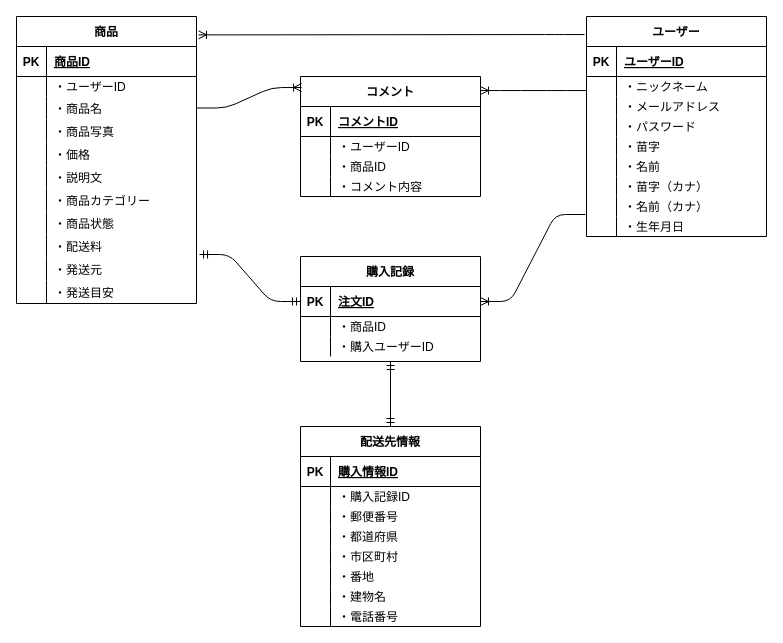
kotomiyashita/furima-39774 keeps this draw.io diagram as app/.dio. Above is the earlier version. Source tidied: cells renumbered, new cells numbered last; positions are measured from the earlier drawing's top-left corner, leaving out a move shared by most shapes. Both pictures are drawn from the tidied source at 100%, with x=0, y=0 at pixel (16, 16).
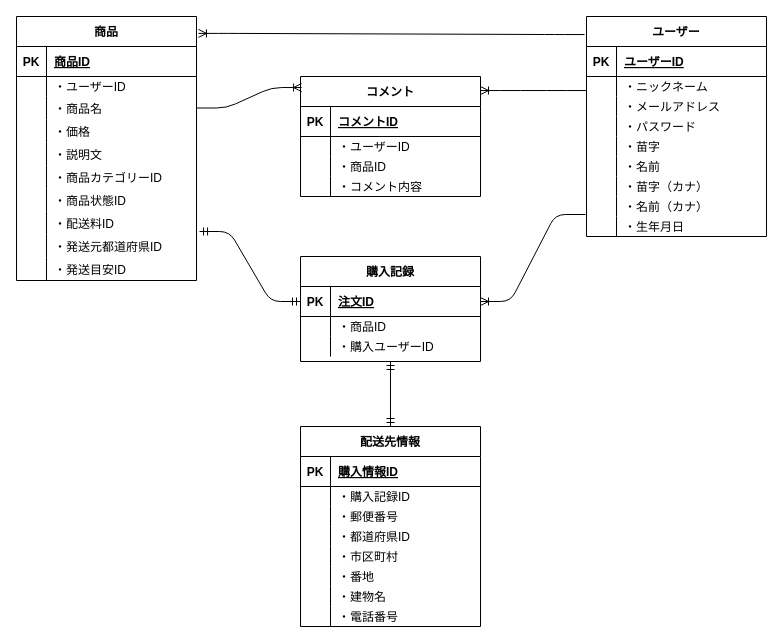
Above is the later version.

Commit message (it also covers changes not shown here):
指摘箇所の修正

The change refers to these unchanged cells:
```xml
<mxCell id="87" style="shape=tableRow;horizontal=0;startSize=0;swimlaneHead=0;swimlaneBody=0;fillColor=none;top=0;left=0;right=0;bottom=0;" parent="77" vertex="1">
  <mxGeometry y="100" width="180" height="20" as="geometry" />
</mxCell>
```

Change to the diagram source:
```diff
@@
     <mxCell id="2" value="商品" style="shape=table;startSize=30;childLayout=tableLayout;rowLines=0;fontStyle=1;align=center;" parent="1" vertex="1">
-      <mxGeometry width="180" height="287" as="geometry" />
+      <mxGeometry width="180" height="264" as="geometry" />
     </mxCell>
@@
-    <mxCell id="12" style="shape=tableRow;horizontal=0;startSize=0;swimlaneHead=0;swimlaneBody=0;fillColor=none;top=0;left=0;right=0;bottom=0;" parent="2" vertex="1">
-      <mxGeometry y="103" width="180" height="23" as="geometry" />
-    </mxCell>
-    <mxCell id="13" style="shape=partialRectangle;fillColor=none;top=0;left=0;bottom=0;right=0;overflow=hidden;" parent="12" vertex="1">
-      <mxGeometry width="30" height="23" as="geometry" />
-    </mxCell>
-    <mxCell id="14" value="・商品写真" style="shape=partialRectangle;fillColor=none;top=0;left=0;bottom=0;right=0;align=left;spacingLeft=6;overflow=hidden;" parent="12" vertex="1">
-      <mxGeometry x="30" width="150" height="23" as="geometry" />
-    </mxCell>
     <mxCell id="15" style="shape=tableRow;horizontal=0;startSize=0;swimlaneHead=0;swimlaneBody=0;fillColor=none;top=0;left=0;right=0;bottom=0;" parent="2" vertex="1">
-      <mxGeometry y="126" width="180" height="23" as="geometry" />
+      <mxGeometry y="103" width="180" height="23" as="geometry" />
     </mxCell>
@@
     <mxCell id="18" style="shape=tableRow;horizontal=0;startSize=0;swimlaneHead=0;swimlaneBody=0;fillColor=none;top=0;left=0;right=0;bottom=0;" parent="2" vertex="1">
-      <mxGeometry y="149" width="180" height="23" as="geometry" />
+      <mxGeometry y="126" width="180" height="23" as="geometry" />
     </mxCell>
@@
     <mxCell id="21" style="shape=tableRow;horizontal=0;startSize=0;swimlaneHead=0;swimlaneBody=0;fillColor=none;top=0;left=0;right=0;bottom=0;" parent="2" vertex="1">
-      <mxGeometry y="172" width="180" height="23" as="geometry" />
+      <mxGeometry y="149" width="180" height="23" as="geometry" />
     </mxCell>
@@
-    <mxCell id="23" value="・商品カテゴリー" style="shape=partialRectangle;fillColor=none;top=0;left=0;bottom=0;right=0;align=left;spacingLeft=6;overflow=hidden;" parent="21" vertex="1">
+    <mxCell id="23" value="・商品カテゴリーID" style="shape=partialRectangle;fillColor=none;top=0;left=0;bottom=0;right=0;align=left;spacingLeft=6;overflow=hidden;" parent="21" vertex="1">
       <mxGeometry x="30" width="150" height="23" as="geometry" />
     </mxCell>
     <mxCell id="24" style="shape=tableRow;horizontal=0;startSize=0;swimlaneHead=0;swimlaneBody=0;fillColor=none;top=0;left=0;right=0;bottom=0;" parent="2" vertex="1">
-      <mxGeometry y="195" width="180" height="23" as="geometry" />
+      <mxGeometry y="172" width="180" height="23" as="geometry" />
     </mxCell>
@@
-    <mxCell id="26" value="・商品状態" style="shape=partialRectangle;fillColor=none;top=0;left=0;bottom=0;right=0;align=left;spacingLeft=6;overflow=hidden;" parent="24" vertex="1">
+    <mxCell id="26" value="・商品状態ID" style="shape=partialRectangle;fillColor=none;top=0;left=0;bottom=0;right=0;align=left;spacingLeft=6;overflow=hidden;" parent="24" vertex="1">
       <mxGeometry x="30" width="150" height="23" as="geometry" />
     </mxCell>
     <mxCell id="27" style="shape=tableRow;horizontal=0;startSize=0;swimlaneHead=0;swimlaneBody=0;fillColor=none;points=[[0,0.5],[1,0.5]];portConstraint=eastwest;top=0;left=0;right=0;bottom=0;" parent="2" vertex="1">
-      <mxGeometry y="218" width="180" height="23" as="geometry" />
+      <mxGeometry y="195" width="180" height="23" as="geometry" />
     </mxCell>
@@
-    <mxCell id="29" value="・配送料" style="shape=partialRectangle;fillColor=none;top=0;left=0;bottom=0;right=0;align=left;spacingLeft=6;overflow=hidden;" parent="27" vertex="1">
+    <mxCell id="29" value="・配送料ID" style="shape=partialRectangle;fillColor=none;top=0;left=0;bottom=0;right=0;align=left;spacingLeft=6;overflow=hidden;" parent="27" vertex="1">
       <mxGeometry x="30" width="150" height="23" as="geometry" />
     </mxCell>
     <mxCell id="30" style="shape=tableRow;horizontal=0;startSize=0;swimlaneHead=0;swimlaneBody=0;fillColor=none;top=0;left=0;right=0;bottom=0;" parent="2" vertex="1">
-      <mxGeometry y="241" width="180" height="23" as="geometry" />
+      <mxGeometry y="218" width="180" height="23" as="geometry" />
     </mxCell>
@@
-    <mxCell id="32" value="・発送元" style="shape=partialRectangle;fillColor=none;top=0;left=0;bottom=0;right=0;align=left;spacingLeft=6;overflow=hidden;" parent="30" vertex="1">
+    <mxCell id="32" value="・発送元都道府県ID" style="shape=partialRectangle;fillColor=none;top=0;left=0;bottom=0;right=0;align=left;spacingLeft=6;overflow=hidden;" parent="30" vertex="1">
       <mxGeometry x="30" width="150" height="23" as="geometry" />
     </mxCell>
     <mxCell id="33" style="shape=tableRow;horizontal=0;startSize=0;swimlaneHead=0;swimlaneBody=0;fillColor=none;top=0;left=0;right=0;bottom=0;" parent="2" vertex="1">
-      <mxGeometry y="264" width="180" height="23" as="geometry" />
+      <mxGeometry y="241" width="180" height="23" as="geometry" />
     </mxCell>
@@
-    <mxCell id="35" value="・発送目安" style="shape=partialRectangle;fillColor=none;top=0;left=0;bottom=0;right=0;align=left;spacingLeft=6;overflow=hidden;" parent="33" vertex="1">
+    <mxCell id="35" value="・発送目安ID" style="shape=partialRectangle;fillColor=none;top=0;left=0;bottom=0;right=0;align=left;spacingLeft=6;overflow=hidden;" parent="33" vertex="1">
       <mxGeometry x="30" width="150" height="23" as="geometry" />
     </mxCell>
@@
-    <mxCell id="89" value="・都道府県" style="shape=partialRectangle;fillColor=none;top=0;left=0;bottom=0;right=0;align=left;spacingLeft=6;overflow=hidden;" parent="87" vertex="1">
+    <mxCell id="89" value="・都道府県ID" style="shape=partialRectangle;fillColor=none;top=0;left=0;bottom=0;right=0;align=left;spacingLeft=6;overflow=hidden;" parent="87" vertex="1">
       <mxGeometry x="30" width="150" height="20" as="geometry" />
     </mxCell>
```
